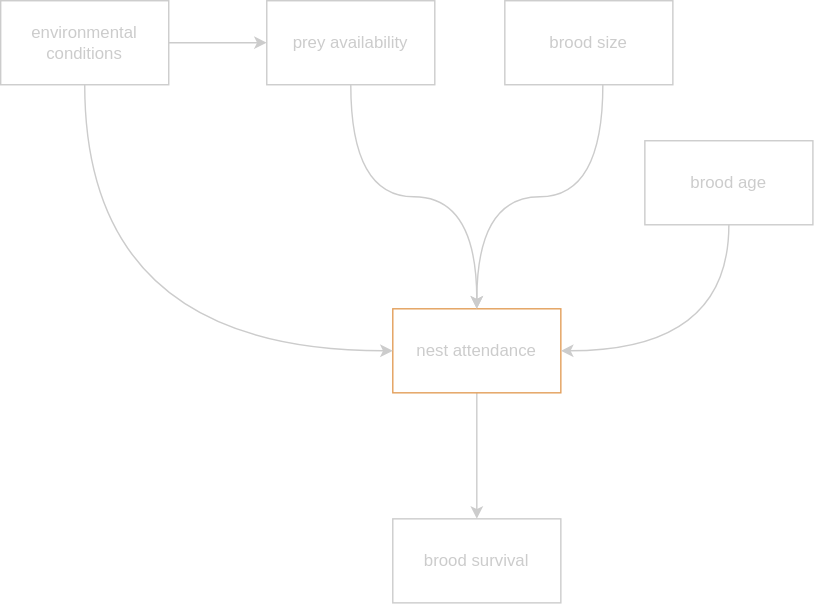
robert-sipho/pefa_nest-cam keeps this draw.io diagram as documents/dag.drawio.svg. Above is the earlier version. Source tidied: cells renumbered, new cells last; positions are measured from the earlier drawing's top-left corner, leaving out a move shared by most shapes.
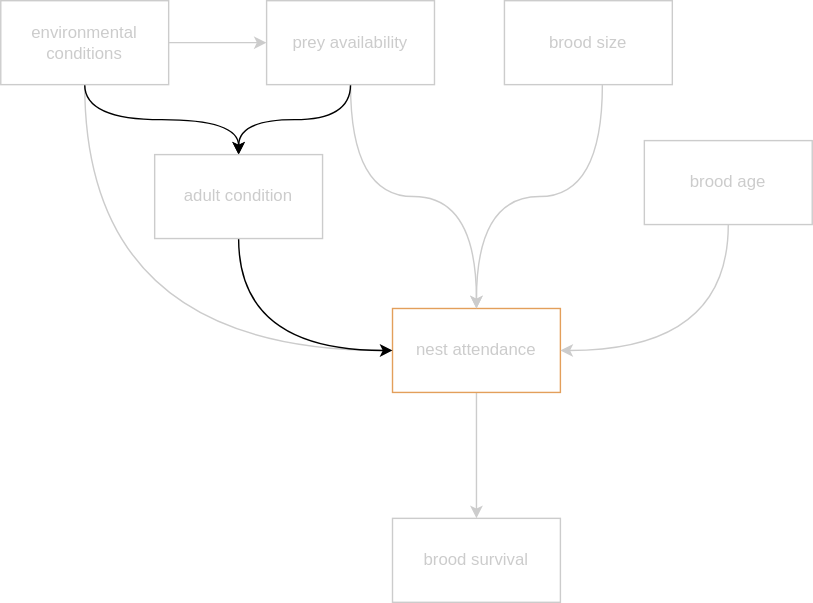
After the change.

What changed in the source:
```diff
@@ -14,6 +14,9 @@
     <mxCell id="5" style="edgeStyle=orthogonalEdgeStyle;jettySize=auto;html=1;entryX=0.5;entryY=0;entryDx=0;entryDy=0;strokeColor=#CCCCCC;curved=1;" parent="1" edge="1" source="6" target="3">
       <mxGeometry relative="1" as="geometry" />
     </mxCell>
+    <mxCell id="14" style="edgeStyle=orthogonalEdgeStyle;jettySize=auto;html=1;entryX=0.5;entryY=0;entryDx=0;entryDy=0;curved=1;" parent="1" edge="1" source="6" target="17">
+      <mxGeometry relative="1" as="geometry" />
+    </mxCell>
     <mxCell id="6" value="prey availability" style="rounded=0;whiteSpace=wrap;html=1;fillColor=none;strokeColor=#CCCCCC;fontColor=#CCCCCC;" parent="1" vertex="1">
       <mxGeometry x="190" width="120" height="60" as="geometry" />
     </mxCell>
@@ -48,8 +51,17 @@
     <mxCell id="12" style="edgeStyle=orthogonalEdgeStyle;rounded=0;jettySize=auto;html=1;entryX=0;entryY=0.5;entryDx=0;entryDy=0;strokeColor=#CCCCCC;" parent="1" edge="1" source="13" target="6">
       <mxGeometry relative="1" as="geometry" />
     </mxCell>
+    <mxCell id="15" style="edgeStyle=orthogonalEdgeStyle;jettySize=auto;html=1;entryX=0.5;entryY=0;entryDx=0;entryDy=0;curved=1;" parent="1" edge="1" source="13" target="17">
+      <mxGeometry relative="1" as="geometry" />
+    </mxCell>
     <mxCell id="13" value="environmental conditions" style="rounded=0;whiteSpace=wrap;html=1;fillColor=none;strokeColor=#CCCCCC;fontColor=#CCCCCC;" parent="1" vertex="1">
       <mxGeometry width="120" height="60" as="geometry" />
     </mxCell>
+    <mxCell id="16" style="edgeStyle=orthogonalEdgeStyle;curved=1;jettySize=auto;html=1;entryX=0;entryY=0.5;entryDx=0;entryDy=0;exitX=0.5;exitY=1;exitDx=0;exitDy=0;" parent="1" edge="1" source="17" target="3">
+      <mxGeometry relative="1" as="geometry" />
+    </mxCell>
+    <mxCell id="17" value="adult condition" style="rounded=0;whiteSpace=wrap;html=1;fillColor=none;strokeColor=#CCCCCC;fontColor=#CCCCCC;" parent="1" vertex="1">
+      <mxGeometry x="110" y="110" width="120" height="60" as="geometry" />
+    </mxCell>
   </root>
 </mxGraphModel>
```
